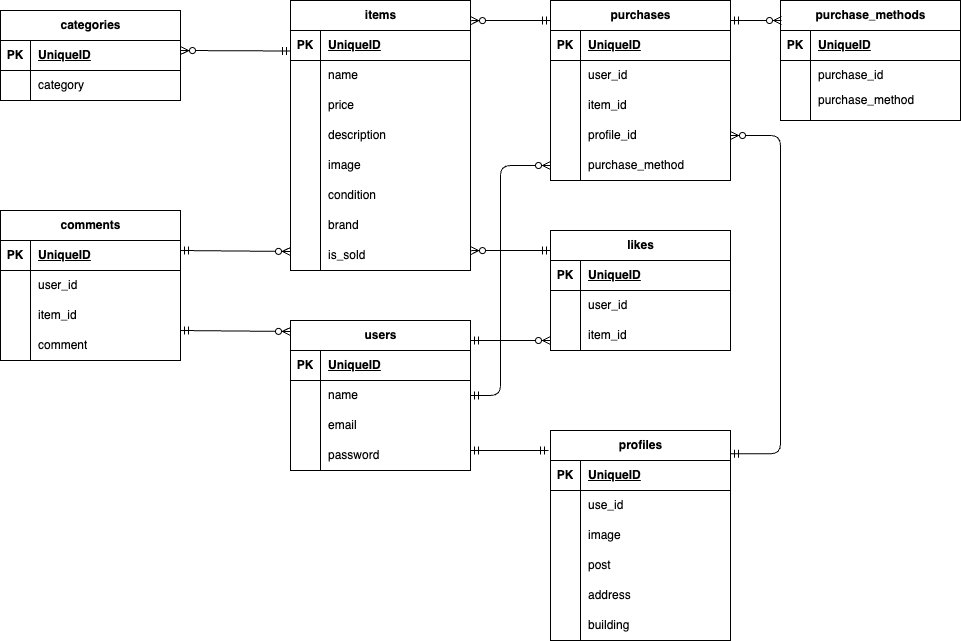
This is src/.drawio.png from wadaiko0428aryo/frea-market, a draw.io export, as it was before one commit. Source tidied: cells renumbered, new cells last; positions are measured from the earlier drawing's top-left corner, leaving out a move shared by most shapes.
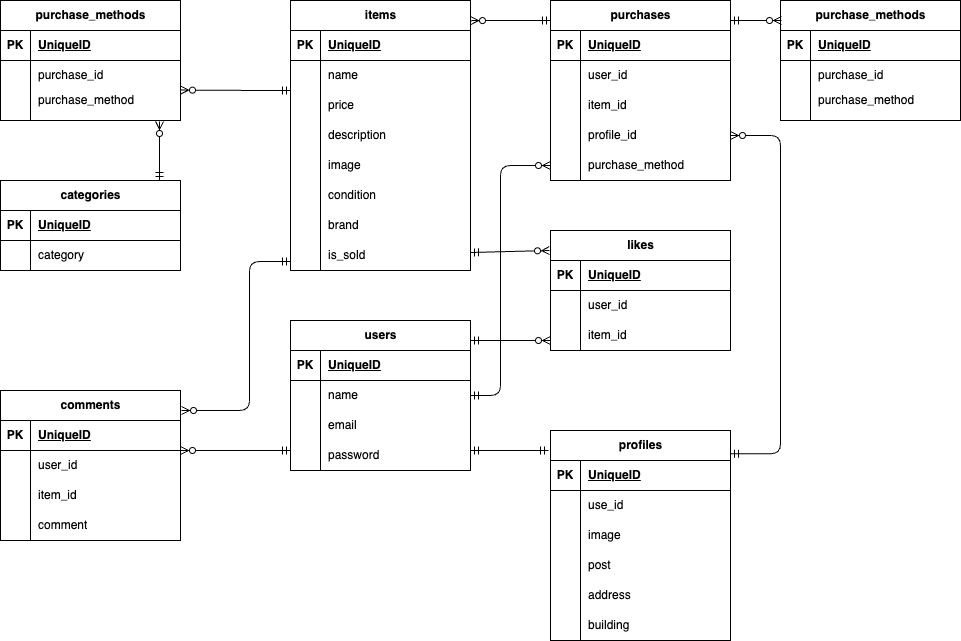
Later version of the same file.

Change to the diagram source:
```diff
@@ -177,7 +177,7 @@
       <mxGeometry x="30" width="150" height="30" as="geometry" />
     </mxCell>
     <mxCell id="60" value="categories" style="shape=table;startSize=30;rowLines=0;fontStyle=1;align=center;html=1;" parent="2" vertex="1">
-      <mxGeometry y="10" width="180" height="90" as="geometry" />
+      <mxGeometry y="180" width="180" height="90" as="geometry" />
     </mxCell>
     <mxCell id="61" style="shape=tableRow;horizontal=0;startSize=0;swimlaneHead=0;swimlaneBody=0;fillColor=none;top=0;left=0;right=0;bottom=1;" parent="60" vertex="1">
       <mxGeometry y="30" width="180" height="30" as="geometry" />
@@ -306,7 +306,7 @@
       <mxGeometry x="30" width="150" height="30" as="geometry" />
     </mxCell>
     <mxCell id="103" value="comments" style="shape=table;startSize=30;rowLines=0;fontStyle=1;align=center;html=1;" parent="2" vertex="1">
-      <mxGeometry y="210" width="180" height="150" as="geometry" />
+      <mxGeometry y="390" width="180" height="150" as="geometry" />
     </mxCell>
     <mxCell id="104" style="shape=tableRow;horizontal=0;startSize=0;swimlaneHead=0;swimlaneBody=0;fillColor=none;top=0;left=0;right=0;bottom=1;" parent="103" vertex="1">
       <mxGeometry y="30" width="180" height="30" as="geometry" />
@@ -362,22 +362,20 @@
         </Array>
       </mxGeometry>
     </mxCell>
-    <mxCell id="118" style="fontSize=12;html=1;endArrow=ERzeroToMany;startArrow=ERmandOne;entryX=0.889;entryY=0.111;entryDx=0;entryDy=0;entryPerimeter=0;" parent="2" edge="1">
-      <mxGeometry relative="1" as="geometry">
-        <mxPoint x="290" y="50.5" as="sourcePoint" />
-        <mxPoint x="180" y="50" as="targetPoint" />
-      </mxGeometry>
-    </mxCell>
     <mxCell id="119" style="fontSize=12;html=1;endArrow=ERzeroToMany;startArrow=ERmandOne;" parent="2" edge="1">
       <mxGeometry relative="1" as="geometry">
-        <mxPoint x="180" y="330" as="sourcePoint" />
-        <mxPoint x="290" y="331" as="targetPoint" />
+        <mxPoint x="290" y="450" as="sourcePoint" />
+        <mxPoint x="180" y="450" as="targetPoint" />
       </mxGeometry>
     </mxCell>
-    <mxCell id="120" style="fontSize=12;html=1;endArrow=ERzeroToMany;startArrow=ERmandOne;" parent="2" edge="1">
+    <mxCell id="120" style="fontSize=12;html=1;endArrow=ERmandOne;startArrow=ERzeroToMany;startFill=0;endFill=0;" parent="2" edge="1">
       <mxGeometry relative="1" as="geometry">
-        <mxPoint x="180" y="250" as="sourcePoint" />
-        <mxPoint x="290" y="251" as="targetPoint" />
+        <mxPoint x="181" y="410" as="sourcePoint" />
+        <mxPoint x="290" y="261" as="targetPoint" />
+        <Array as="points">
+          <mxPoint x="249" y="410" />
+          <mxPoint x="249" y="261" />
+        </Array>
       </mxGeometry>
     </mxCell>
     <mxCell id="121" style="fontSize=12;html=1;endArrow=ERzeroToMany;startArrow=ERmandOne;" parent="2" edge="1">
@@ -386,13 +384,10 @@
         <mxPoint x="550" y="340" as="targetPoint" />
       </mxGeometry>
     </mxCell>
-    <mxCell id="122" style="fontSize=12;html=1;endArrow=ERzeroToMany;startArrow=ERmandOne;entryX=1.003;entryY=0.171;entryDx=0;entryDy=0;entryPerimeter=0;" parent="2" edge="1">
+    <mxCell id="122" style="fontSize=12;html=1;endArrow=ERzeroToMany;startArrow=ERmandOne;startFill=0;endFill=0;" parent="2" edge="1">
       <mxGeometry relative="1" as="geometry">
-        <mxPoint x="550" y="250" as="sourcePoint" />
-        <mxPoint x="470" y="250.1" as="targetPoint" />
-        <Array as="points">
-          <mxPoint x="509.5" y="250" />
-        </Array>
+        <mxPoint x="470" y="252" as="sourcePoint" />
+        <mxPoint x="549" y="250" as="targetPoint" />
       </mxGeometry>
     </mxCell>
     <mxCell id="123" style="fontSize=12;html=1;endArrow=ERmandOne;startArrow=ERmandOne;" parent="2" edge="1">
@@ -415,5 +410,47 @@
         </Array>
       </mxGeometry>
     </mxCell>
+    <mxCell id="126" value="purchase_methods" style="shape=table;startSize=30;rowLines=0;fontStyle=1;align=center;html=1;" parent="2" vertex="1">
+      <mxGeometry width="180" height="120" as="geometry" />
+    </mxCell>
+    <mxCell id="127" style="shape=tableRow;horizontal=0;startSize=0;swimlaneHead=0;swimlaneBody=0;fillColor=none;top=0;left=0;right=0;bottom=1;" parent="126" vertex="1">
+      <mxGeometry y="30" width="180" height="30" as="geometry" />
+    </mxCell>
+    <mxCell id="128" value="PK" style="shape=partialRectangle;fillColor=none;top=0;left=0;bottom=0;right=0;fontStyle=1;overflow=hidden;whiteSpace=wrap;html=1;" parent="127" vertex="1">
+      <mxGeometry width="30" height="30" as="geometry" />
+    </mxCell>
+    <mxCell id="129" value="UniqueID" style="shape=partialRectangle;fillColor=none;top=0;left=0;bottom=0;right=0;align=left;spacingLeft=6;fontStyle=5;overflow=hidden;whiteSpace=wrap;html=1;" parent="127" vertex="1">
+      <mxGeometry x="30" width="150" height="30" as="geometry" />
+    </mxCell>
+    <mxCell id="130" style="shape=tableRow;horizontal=0;startSize=0;swimlaneHead=0;swimlaneBody=0;fillColor=none;top=0;left=0;right=0;bottom=0;" parent="126" vertex="1">
+      <mxGeometry y="60" width="180" height="30" as="geometry" />
+    </mxCell>
+    <mxCell id="131" style="shape=partialRectangle;fillColor=none;top=0;left=0;bottom=0;right=0;overflow=hidden;whiteSpace=wrap;html=1;" parent="130" vertex="1">
+      <mxGeometry width="30" height="30" as="geometry" />
+    </mxCell>
+    <mxCell id="132" value="purchase_id" style="shape=partialRectangle;fillColor=none;top=0;left=0;bottom=0;right=0;align=left;spacingLeft=6;overflow=hidden;whiteSpace=wrap;html=1;" parent="130" vertex="1">
+      <mxGeometry x="30" width="150" height="30" as="geometry" />
+    </mxCell>
+    <mxCell id="133" style="shape=tableRow;horizontal=0;startSize=0;swimlaneHead=0;swimlaneBody=0;fillColor=none;top=0;left=0;right=0;bottom=0;" parent="126" vertex="1">
+      <mxGeometry y="90" width="180" height="30" as="geometry" />
+    </mxCell>
+    <mxCell id="134" style="shape=partialRectangle;fillColor=none;top=0;left=0;bottom=0;right=0;overflow=hidden;whiteSpace=wrap;html=1;" parent="133" vertex="1">
+      <mxGeometry width="30" height="30" as="geometry" />
+    </mxCell>
+    <mxCell id="135" value="purchase_method&lt;div&gt;&lt;br&gt;&lt;/div&gt;" style="shape=partialRectangle;fillColor=none;top=0;left=0;bottom=0;right=0;align=left;spacingLeft=6;overflow=hidden;whiteSpace=wrap;html=1;" parent="133" vertex="1">
+      <mxGeometry x="30" width="150" height="30" as="geometry" />
+    </mxCell>
+    <mxCell id="118" style="fontSize=12;html=1;endArrow=ERzeroToMany;startArrow=ERmandOne;entryX=0.889;entryY=0.111;entryDx=0;entryDy=0;entryPerimeter=0;" parent="2" edge="1">
+      <mxGeometry relative="1" as="geometry">
+        <mxPoint x="290" y="90.1" as="sourcePoint" />
+        <mxPoint x="180" y="89.6" as="targetPoint" />
+      </mxGeometry>
+    </mxCell>
+    <mxCell id="136" style="fontSize=12;html=1;endArrow=ERzeroToMany;startArrow=ERmandOne;entryX=0.594;entryY=1.033;entryDx=0;entryDy=0;entryPerimeter=0;" parent="2" edge="1">
+      <mxGeometry relative="1" as="geometry">
+        <mxPoint x="159" y="180" as="sourcePoint" />
+        <mxPoint x="159" y="121" as="targetPoint" />
+      </mxGeometry>
+    </mxCell>
   </root>
 </mxGraphModel>
```
